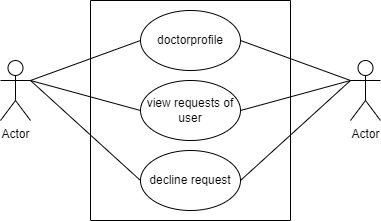
Before: doctor use case.drawio.png, a diagram exported from draw.io (souravbiswassanto/Projects). Source tidied: cells renumbered, new cells last; positions are measured from the earlier drawing's top-left corner, leaving out a move shared by most shapes.
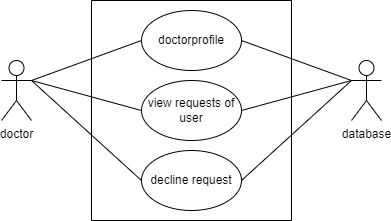
After the change.

Change to the diagram source:
```diff
@@ -2,10 +2,10 @@
   <root>
     <mxCell id="0" />
     <mxCell id="1" parent="0" />
-    <mxCell id="2" value="Actor" style="shape=umlActor;verticalLabelPosition=bottom;verticalAlign=top;html=1;" parent="1" vertex="1">
+    <mxCell id="2" value="doctor" style="shape=umlActor;verticalLabelPosition=bottom;verticalAlign=top;html=1;" parent="1" vertex="1">
       <mxGeometry y="60" width="30" height="60" as="geometry" />
     </mxCell>
-    <mxCell id="3" value="Actor" style="shape=umlActor;verticalLabelPosition=bottom;verticalAlign=top;html=1;" parent="1" vertex="1">
+    <mxCell id="3" value="database" style="shape=umlActor;verticalLabelPosition=bottom;verticalAlign=top;html=1;" parent="1" vertex="1">
       <mxGeometry x="350" y="60" width="30" height="60" as="geometry" />
     </mxCell>
     <mxCell id="4" style="swimlane;startSize=0;" parent="1" vertex="1">
```
